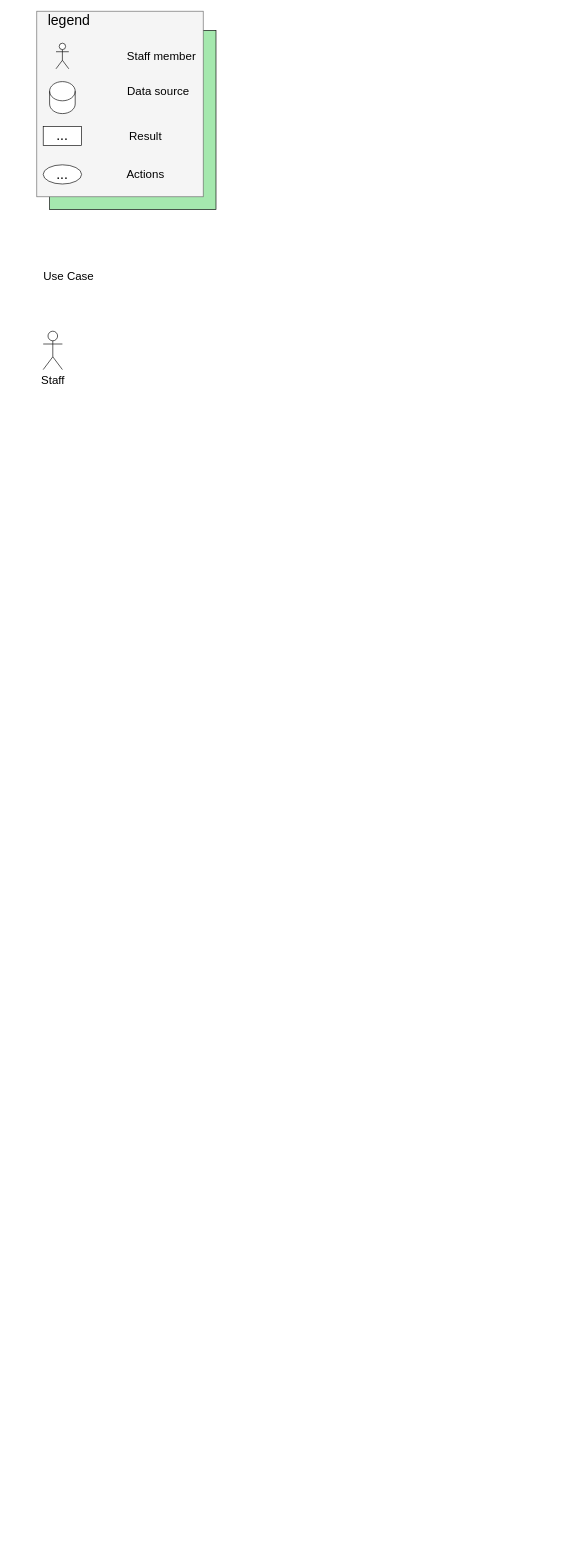
The draw.io diagram page "Use Case" (2 of 3) of diagrams/Hospital-Management-System-UML.drawio in Sashimi4/M226b-Endproject, before the edit. Source tidied: cells renumbered, new cells numbered last; positions are measured from the earlier drawing's top-left corner, leaving out a move shared by most shapes. Both pictures are drawn from the tidied source at 64%, with x=0, y=0 at pixel (36, 11).
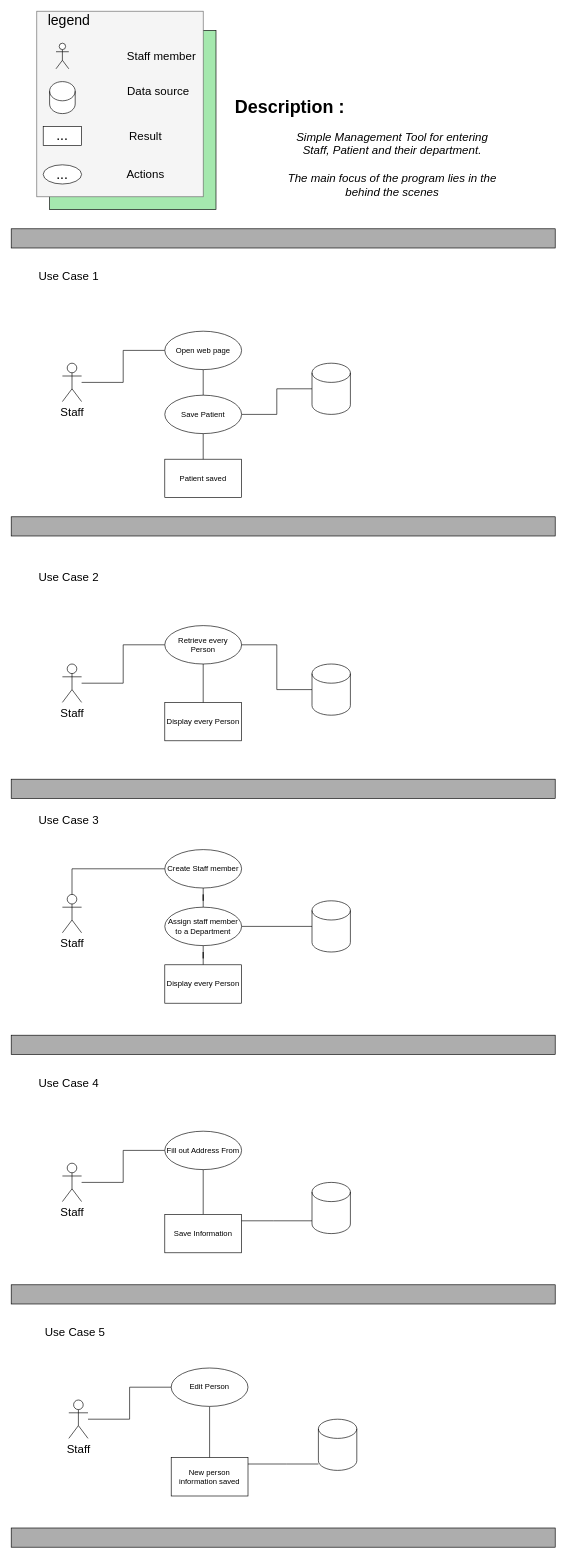
After the change.

Diff of the diagram source:
```diff
@@
-    <mxCell id="13" value="Use Case" style="text;html=1;strokeColor=none;fillColor=none;align=center;verticalAlign=middle;whiteSpace=wrap;rounded=0;fontSize=18;" parent="1" vertex="1">
+    <mxCell id="13" value="Use Case 1" style="text;html=1;strokeColor=none;fillColor=none;align=center;verticalAlign=middle;whiteSpace=wrap;rounded=0;fontSize=18;" parent="1" vertex="1">
       <mxGeometry y="400" width="100" height="30" as="geometry" />
     </mxCell>
     <mxCell id="14" value="Staff" style="shape=umlActor;verticalLabelPosition=bottom;verticalAlign=top;html=1;outlineConnect=0;fontSize=18;strokeColor=#000000;fillColor=#FFFFFF;" parent="1" vertex="1">
-      <mxGeometry x="10" y="500" width="30" height="60" as="geometry" />
+      <mxGeometry x="40" y="550" width="30" height="60" as="geometry" />
     </mxCell>
+    <mxCell id="15" style="edgeStyle=orthogonalEdgeStyle;rounded=0;jettySize=auto;html=1;endArrow=none;endFill=0;" parent="1" edge="1" source="17" target="22">
+      <mxGeometry relative="1" as="geometry" />
+    </mxCell>
+    <mxCell id="16" style="edgeStyle=orthogonalEdgeStyle;rounded=0;jettySize=auto;html=1;exitX=0;exitY=0.5;exitDx=0;exitDy=0;endArrow=none;endFill=0;" parent="1" edge="1" source="17" target="14">
+      <mxGeometry relative="1" as="geometry" />
+    </mxCell>
+    <mxCell id="17" value="Open web page" style="ellipse;whiteSpace=wrap;html=1;" parent="1" vertex="1">
+      <mxGeometry x="200" y="500" width="120" height="60" as="geometry" />
+    </mxCell>
+    <mxCell id="18" style="shape=cylinder3;whiteSpace=wrap;html=1;boundedLbl=1;backgroundOutline=1;size=15;" parent="1" vertex="1">
+      <mxGeometry x="430" y="550" width="60" height="80" as="geometry" />
+    </mxCell>
+    <mxCell id="19" value="Patient saved" style="rounded=0;whiteSpace=wrap;html=1;" parent="1" vertex="1">
+      <mxGeometry x="200" y="700" width="120" height="60" as="geometry" />
+    </mxCell>
+    <mxCell id="20" style="edgeStyle=orthogonalEdgeStyle;rounded=0;jettySize=auto;html=1;endArrow=none;endFill=0;" parent="1" edge="1" source="22" target="18">
+      <mxGeometry relative="1" as="geometry" />
+    </mxCell>
+    <mxCell id="21" style="edgeStyle=orthogonalEdgeStyle;rounded=0;jettySize=auto;html=1;endArrow=none;endFill=0;" parent="1" edge="1" source="22" target="19">
+      <mxGeometry relative="1" as="geometry" />
+    </mxCell>
+    <mxCell id="22" value="Save Patient" style="ellipse;whiteSpace=wrap;html=1;" parent="1" vertex="1">
+      <mxGeometry x="200" y="600" width="120" height="60" as="geometry" />
+    </mxCell>
+    <mxCell id="23" value="Use Case 2" style="text;html=1;strokeColor=none;fillColor=none;align=center;verticalAlign=middle;whiteSpace=wrap;rounded=0;fontSize=18;" parent="1" vertex="1">
+      <mxGeometry y="870" width="100" height="30" as="geometry" />
+    </mxCell>
+    <mxCell id="24" value="Staff" style="shape=umlActor;verticalLabelPosition=bottom;verticalAlign=top;html=1;outlineConnect=0;fontSize=18;strokeColor=#000000;fillColor=#FFFFFF;" parent="1" vertex="1">
+      <mxGeometry x="40" y="1020" width="30" height="60" as="geometry" />
+    </mxCell>
+    <mxCell id="25" style="edgeStyle=orthogonalEdgeStyle;rounded=0;jettySize=auto;html=1;exitX=0;exitY=0.5;exitDx=0;exitDy=0;endArrow=none;endFill=0;" parent="1" edge="1" source="26" target="24">
+      <mxGeometry relative="1" as="geometry" />
+    </mxCell>
+    <mxCell id="26" value="Retrieve every Person" style="ellipse;whiteSpace=wrap;html=1;" parent="1" vertex="1">
+      <mxGeometry x="200" y="960" width="120" height="60" as="geometry" />
+    </mxCell>
+    <mxCell id="27" style="shape=cylinder3;whiteSpace=wrap;html=1;boundedLbl=1;backgroundOutline=1;size=15;" parent="1" vertex="1">
+      <mxGeometry x="430" y="1020" width="60" height="80" as="geometry" />
+    </mxCell>
+    <mxCell id="28" value="Display every Person" style="rounded=0;whiteSpace=wrap;html=1;" parent="1" vertex="1">
+      <mxGeometry x="200" y="1080" width="120" height="60" as="geometry" />
+    </mxCell>
+    <mxCell id="29" style="edgeStyle=orthogonalEdgeStyle;rounded=0;jettySize=auto;html=1;endArrow=none;endFill=0;" parent="1" edge="1" source="26" target="27">
+      <mxGeometry relative="1" as="geometry" />
+    </mxCell>
+    <mxCell id="30" style="edgeStyle=orthogonalEdgeStyle;rounded=0;jettySize=auto;html=1;endArrow=none;endFill=0;" parent="1" edge="1" source="26" target="28">
+      <mxGeometry relative="1" as="geometry" />
+    </mxCell>
+    <mxCell id="31" value="Use Case 3" style="text;html=1;strokeColor=none;fillColor=none;align=center;verticalAlign=middle;whiteSpace=wrap;rounded=0;fontSize=18;" parent="1" vertex="1">
+      <mxGeometry y="1250" width="100" height="30" as="geometry" />
+    </mxCell>
+    <mxCell id="32" value="Staff" style="shape=umlActor;verticalLabelPosition=bottom;verticalAlign=top;html=1;outlineConnect=0;fontSize=18;strokeColor=#000000;fillColor=#FFFFFF;" parent="1" vertex="1">
+      <mxGeometry x="40" y="1380" width="30" height="60" as="geometry" />
+    </mxCell>
+    <mxCell id="33" style="edgeStyle=orthogonalEdgeStyle;rounded=0;jettySize=auto;html=1;exitX=0;exitY=0.5;exitDx=0;exitDy=0;endArrow=none;endFill=0;" parent="1" edge="1" source="35" target="32">
+      <mxGeometry relative="1" as="geometry" />
+    </mxCell>
+    <mxCell id="34" style="edgeStyle=orthogonalEdgeStyle;rounded=0;jettySize=auto;html=1;endArrow=none;endFill=0;" parent="1" edge="1" source="35" target="40">
+      <mxGeometry relative="1" as="geometry" />
+    </mxCell>
+    <mxCell id="35" value="Create Staff member" style="ellipse;whiteSpace=wrap;html=1;" parent="1" vertex="1">
+      <mxGeometry x="200" y="1310" width="120" height="60" as="geometry" />
+    </mxCell>
+    <mxCell id="36" style="shape=cylinder3;whiteSpace=wrap;html=1;boundedLbl=1;backgroundOutline=1;size=15;" parent="1" vertex="1">
+      <mxGeometry x="430" y="1390" width="60" height="80" as="geometry" />
+    </mxCell>
+    <mxCell id="37" style="edgeStyle=orthogonalEdgeStyle;rounded=0;jettySize=auto;html=1;endArrow=none;endFill=0;" parent="1" edge="1" source="38" target="40">
+      <mxGeometry relative="1" as="geometry" />
+    </mxCell>
+    <mxCell id="38" value="Display every Person" style="rounded=0;whiteSpace=wrap;html=1;" parent="1" vertex="1">
+      <mxGeometry x="200" y="1490" width="120" height="60" as="geometry" />
+    </mxCell>
+    <mxCell id="39" style="edgeStyle=orthogonalEdgeStyle;rounded=0;jettySize=auto;html=1;endArrow=none;endFill=0;" parent="1" edge="1" source="40" target="36">
+      <mxGeometry relative="1" as="geometry" />
+    </mxCell>
+    <mxCell id="40" value="Assign staff member to a Department" style="ellipse;whiteSpace=wrap;html=1;" parent="1" vertex="1">
+      <mxGeometry x="200" y="1400" width="120" height="60" as="geometry" />
+    </mxCell>
+    <mxCell id="41" value="Staff" style="shape=umlActor;verticalLabelPosition=bottom;verticalAlign=top;html=1;outlineConnect=0;fontSize=18;strokeColor=#000000;fillColor=#FFFFFF;" parent="1" vertex="1">
+      <mxGeometry x="40" y="1800" width="30" height="60" as="geometry" />
+    </mxCell>
+    <mxCell id="42" style="edgeStyle=orthogonalEdgeStyle;rounded=0;jettySize=auto;html=1;exitX=0;exitY=0.5;exitDx=0;exitDy=0;endArrow=none;endFill=0;" parent="1" edge="1" source="44" target="41">
+      <mxGeometry relative="1" as="geometry" />
+    </mxCell>
+    <mxCell id="43" style="edgeStyle=orthogonalEdgeStyle;rounded=0;jettySize=auto;html=1;endArrow=none;endFill=0;" parent="1" edge="1" source="44" target="46">
+      <mxGeometry relative="1" as="geometry" />
+    </mxCell>
+    <mxCell id="44" value="Fill out Address From" style="ellipse;whiteSpace=wrap;html=1;" parent="1" vertex="1">
+      <mxGeometry x="200" y="1750" width="120" height="60" as="geometry" />
+    </mxCell>
+    <mxCell id="45" style="shape=cylinder3;whiteSpace=wrap;html=1;boundedLbl=1;backgroundOutline=1;size=15;" parent="1" vertex="1">
+      <mxGeometry x="430" y="1830" width="60" height="80" as="geometry" />
+    </mxCell>
+    <mxCell id="46" value="Save Information" style="rounded=0;whiteSpace=wrap;html=1;" parent="1" vertex="1">
+      <mxGeometry x="200" y="1880" width="120" height="60" as="geometry" />
+    </mxCell>
+    <mxCell id="47" style="edgeStyle=orthogonalEdgeStyle;rounded=0;jettySize=auto;html=1;endArrow=none;endFill=0;" parent="1" edge="1" source="46" target="45">
+      <mxGeometry relative="1" as="geometry">
+        <Array as="points">
+          <mxPoint x="370" y="1890" />
+          <mxPoint x="370" y="1890" />
+        </Array>
+      </mxGeometry>
+    </mxCell>
+    <mxCell id="48" style="rounded=0;whiteSpace=wrap;html=1;fillColor=#ADADAD;" parent="1" vertex="1">
+      <mxGeometry x="-40" y="1600" width="850" height="30" as="geometry" />
+    </mxCell>
+    <mxCell id="49" style="rounded=0;whiteSpace=wrap;html=1;fillColor=#ADADAD;" parent="1" vertex="1">
+      <mxGeometry x="-40" y="1200" width="850" height="30" as="geometry" />
+    </mxCell>
+    <mxCell id="50" style="rounded=0;whiteSpace=wrap;html=1;fillColor=#ADADAD;" parent="1" vertex="1">
+      <mxGeometry x="-40" y="790" width="850" height="30" as="geometry" />
+    </mxCell>
+    <mxCell id="51" style="rounded=0;whiteSpace=wrap;html=1;fillColor=#ADADAD;" parent="1" vertex="1">
+      <mxGeometry x="-40" y="340" width="850" height="30" as="geometry" />
+    </mxCell>
+    <mxCell id="52" value="Use Case 4" style="text;html=1;strokeColor=none;fillColor=none;align=center;verticalAlign=middle;whiteSpace=wrap;rounded=0;fontSize=18;" parent="1" vertex="1">
+      <mxGeometry y="1660" width="100" height="30" as="geometry" />
+    </mxCell>
+    <mxCell id="53" value="Staff" style="shape=umlActor;verticalLabelPosition=bottom;verticalAlign=top;html=1;outlineConnect=0;fontSize=18;strokeColor=#000000;fillColor=#FFFFFF;" parent="1" vertex="1">
+      <mxGeometry x="50" y="2170" width="30" height="60" as="geometry" />
+    </mxCell>
+    <mxCell id="54" style="edgeStyle=orthogonalEdgeStyle;rounded=0;jettySize=auto;html=1;exitX=0;exitY=0.5;exitDx=0;exitDy=0;endArrow=none;endFill=0;" parent="1" edge="1" source="56" target="53">
+      <mxGeometry relative="1" as="geometry" />
+    </mxCell>
+    <mxCell id="55" style="edgeStyle=orthogonalEdgeStyle;rounded=0;jettySize=auto;html=1;endArrow=none;endFill=0;" parent="1" edge="1" source="56" target="58">
+      <mxGeometry relative="1" as="geometry" />
+    </mxCell>
+    <mxCell id="56" value="Edit Person" style="ellipse;whiteSpace=wrap;html=1;" parent="1" vertex="1">
+      <mxGeometry x="210" y="2120" width="120" height="60" as="geometry" />
+    </mxCell>
+    <mxCell id="57" style="shape=cylinder3;whiteSpace=wrap;html=1;boundedLbl=1;backgroundOutline=1;size=15;" parent="1" vertex="1">
+      <mxGeometry x="440" y="2200" width="60" height="80" as="geometry" />
+    </mxCell>
+    <mxCell id="58" value="New person information saved" style="rounded=0;whiteSpace=wrap;html=1;" parent="1" vertex="1">
+      <mxGeometry x="210" y="2260" width="120" height="60" as="geometry" />
+    </mxCell>
+    <mxCell id="59" style="edgeStyle=orthogonalEdgeStyle;rounded=0;jettySize=auto;html=1;endArrow=none;endFill=0;" parent="1" edge="1" source="58" target="57">
+      <mxGeometry relative="1" as="geometry">
+        <Array as="points">
+          <mxPoint x="390" y="2270" />
+          <mxPoint x="390" y="2270" />
+        </Array>
+      </mxGeometry>
+    </mxCell>
+    <mxCell id="60" value="Use Case 5" style="text;html=1;strokeColor=none;fillColor=none;align=center;verticalAlign=middle;whiteSpace=wrap;rounded=0;fontSize=18;" parent="1" vertex="1">
+      <mxGeometry x="10" y="2050" width="100" height="30" as="geometry" />
+    </mxCell>
+    <mxCell id="61" style="rounded=0;whiteSpace=wrap;html=1;fillColor=#ADADAD;" parent="1" vertex="1">
+      <mxGeometry x="-40" y="1990" width="850" height="30" as="geometry" />
+    </mxCell>
+    <mxCell id="62" style="rounded=0;whiteSpace=wrap;html=1;fillColor=#ADADAD;" parent="1" vertex="1">
+      <mxGeometry x="-40" y="2370" width="850" height="30" as="geometry" />
+    </mxCell>
+    <mxCell id="63" value="Simple Management Tool for entering&lt;br&gt;Staff, Patient and their department.&lt;br&gt;&lt;br&gt;The main focus of the program lies in the &lt;br&gt;behind the scenes" style="text;html=1;align=center;verticalAlign=middle;strokeColor=none;fillColor=none;fontSize=18;fontStyle=2;" parent="1" vertex="1">
+      <mxGeometry x="385" y="180" width="340" height="120" as="geometry" />
+    </mxCell>
+    <mxCell id="64" value="Description :" style="text;html=1;align=center;verticalAlign=middle;strokeColor=none;fillColor=none;fontSize=28;fontStyle=1;" parent="1" vertex="1">
+      <mxGeometry x="300" y="130" width="190" height="40" as="geometry" />
+    </mxCell>
```
